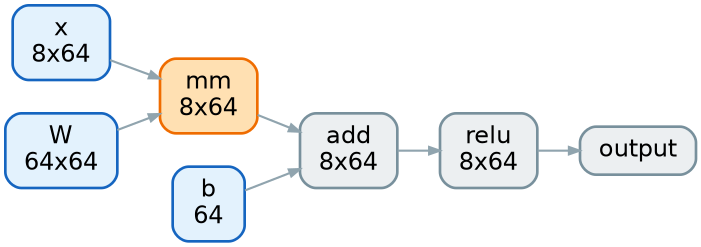
This is etc/graphviz/simple_graph.png from panther03/kuiLLM, a Graphviz export, as it was before one commit. Its source is kept beside it as etc/graphviz/simple_graph.dot.
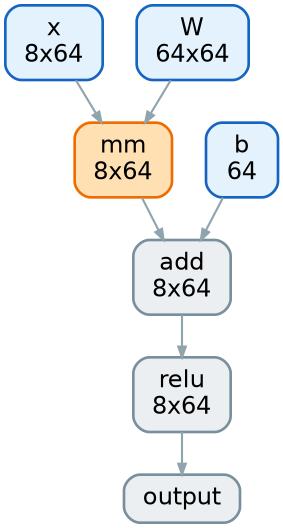
After the commit.

Commit message:
Make the slide graph vertical by default

Diff of the diagram source:
```diff
@@ -1,5 +1,5 @@
 digraph G {
-  graph [rankdir=LR, dpi=96, nodesep=0.35, ranksep=0.45, bgcolor="white"];
+  graph [rankdir=TB, dpi=96, nodesep=0.35, ranksep=0.45, bgcolor="white"];
   node [shape=box, style="rounded,filled", fontname="Helvetica", fontsize=18, margin="0.20,0.11", penwidth=2.0];
   edge [color="#90a4ae", arrowsize=0.8, penwidth=1.6];
   "x_1" [label="x\n8x64", fillcolor="#e3f2fd", color="#1565c0"];
```
